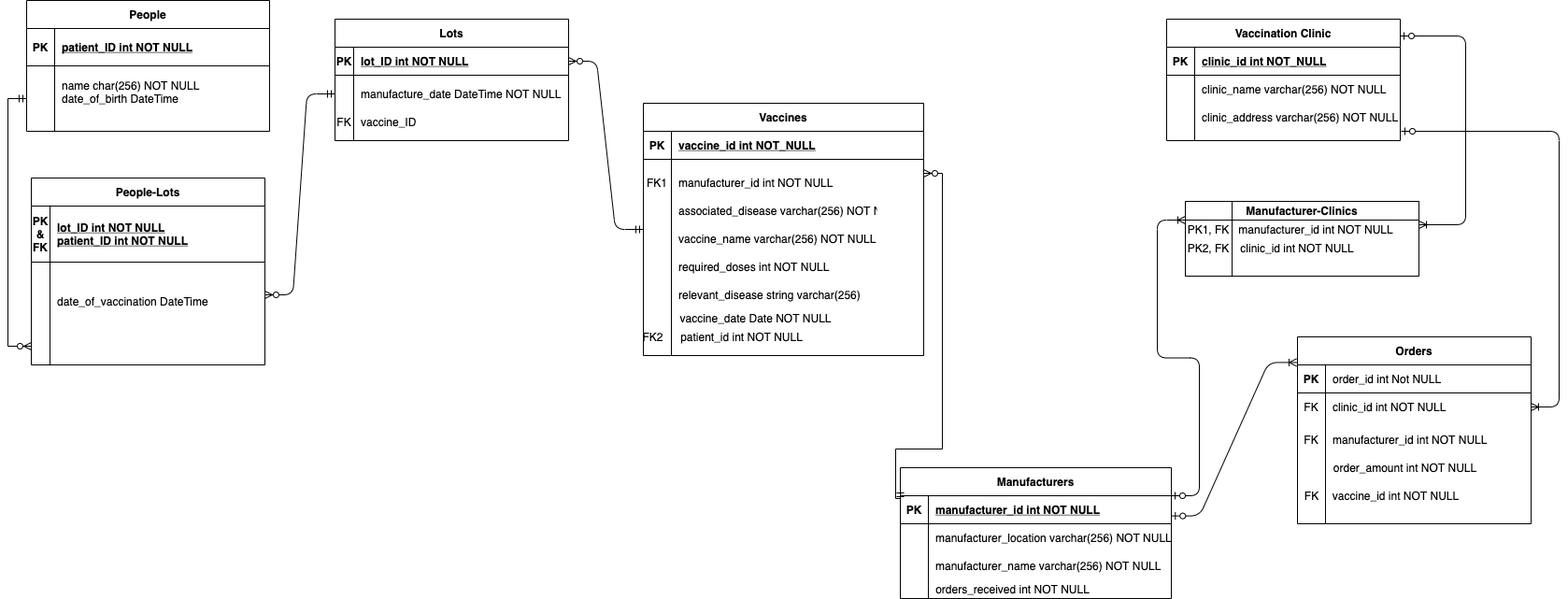
This is Documentation_And_Diagrams/Combined_ER_DIagram.png from MaxBielstein/Health-Department-SOFT161, a draw.io export, as it was before one commit. Source tidied: cells renumbered, new cells last; positions are measured from the earlier drawing's top-left corner, leaving out a move shared by most shapes.
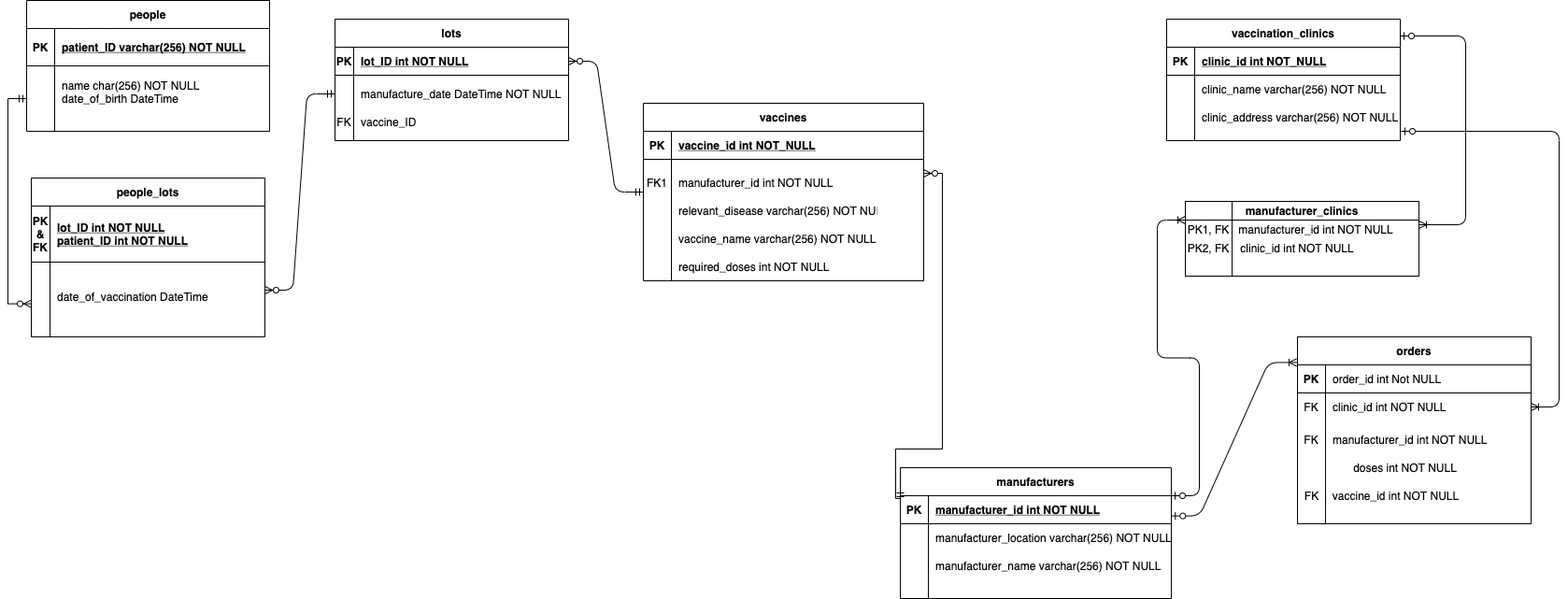
After the commit.

Commit message:
Finalize ER diagram to match the final database.

Change to the diagram source:
```diff
@@ -8,7 +8,7 @@
     <mxCell id="3" style="edgeStyle=entityRelationEdgeStyle;endArrow=ERmandOne;startArrow=ERzeroToMany;endFill=0;startFill=1;entryX=0;entryY=0.5;entryDx=0;entryDy=0;" parent="1" edge="1" source="5" target="52">
       <mxGeometry relative="1" as="geometry" />
     </mxCell>
-    <mxCell id="4" value="Lots" style="shape=table;startSize=30;rowLines=0;fontStyle=1;align=center;" parent="1" vertex="1">
+    <mxCell id="4" value="lots" style="shape=table;startSize=30;rowLines=0;fontStyle=1;align=center;" parent="1" vertex="1">
       <mxGeometry x="330" y="20" width="250" height="130" as="geometry" />
     </mxCell>
     <mxCell id="5" style="shape=partialRectangle;fillColor=none;points=[[0,0.5],[1,0.5]];portConstraint=eastwest;top=0;left=0;right=0;bottom=1;" parent="4" vertex="1">
@@ -38,7 +38,7 @@
     <mxCell id="13" value="vaccine_ID" style="shape=partialRectangle;overflow=hidden;fillColor=none;top=0;left=0;bottom=0;right=0;align=left;spacingLeft=6;" parent="11" vertex="1">
       <mxGeometry x="20" width="230" height="20" as="geometry" />
     </mxCell>
-    <mxCell id="14" value="People" style="shape=table;startSize=30;rowLines=0;fontStyle=1;align=center;" parent="1" vertex="1">
+    <mxCell id="14" value="people" style="shape=table;startSize=30;rowLines=0;fontStyle=1;align=center;" parent="1" vertex="1">
       <mxGeometry width="260" height="140" as="geometry" />
     </mxCell>
     <mxCell id="15" style="shape=partialRectangle;fillColor=none;top=0;left=0;right=0;bottom=1;" parent="14" vertex="1">
@@ -47,7 +47,7 @@
     <mxCell id="16" value="PK" style="shape=partialRectangle;overflow=hidden;fillColor=none;top=0;left=0;bottom=0;right=0;fontStyle=1;" parent="15" vertex="1">
       <mxGeometry width="30" height="40" as="geometry" />
     </mxCell>
-    <mxCell id="17" value="patient_ID int NOT NULL" style="shape=partialRectangle;overflow=hidden;fillColor=none;top=0;left=0;bottom=0;right=0;align=left;spacingLeft=6;fontStyle=5;" parent="15" vertex="1">
+    <mxCell id="17" value="patient_ID varchar(256) NOT NULL" style="shape=partialRectangle;overflow=hidden;fillColor=none;top=0;left=0;bottom=0;right=0;align=left;spacingLeft=6;fontStyle=5;" parent="15" vertex="1">
       <mxGeometry x="30" width="230" height="40" as="geometry" />
     </mxCell>
     <mxCell id="18" style="shape=partialRectangle;fillColor=none;points=[[0,0.5],[1,0.5]];portConstraint=eastwest;top=0;left=0;right=0;bottom=0;" parent="14" vertex="1">
@@ -59,8 +59,8 @@
     <mxCell id="20" value="name char(256) NOT NULL&#10;date_of_birth DateTime&#10;" style="shape=partialRectangle;overflow=hidden;fillColor=none;top=0;left=0;bottom=0;right=0;align=left;spacingLeft=6;" parent="18" vertex="1">
       <mxGeometry x="30" width="230" height="70" as="geometry" />
     </mxCell>
-    <mxCell id="21" value="People-Lots" style="shape=table;startSize=30;rowLines=0;fontStyle=1;align=center;" parent="1" vertex="1">
-      <mxGeometry x="5" y="190" width="250" height="200" as="geometry" />
+    <mxCell id="21" value="people_lots" style="shape=table;startSize=30;rowLines=0;fontStyle=1;align=center;" parent="1" vertex="1">
+      <mxGeometry x="5" y="190" width="250" height="170" as="geometry" />
     </mxCell>
     <mxCell id="22" style="shape=partialRectangle;fillColor=none;top=0;left=0;right=0;bottom=1;" parent="21" vertex="1">
       <mxGeometry y="30" width="250" height="60" as="geometry" />
@@ -72,27 +72,27 @@
       <mxGeometry x="20" width="230" height="60" as="geometry" />
     </mxCell>
     <mxCell id="25" style="shape=partialRectangle;fillColor=none;points=[[0,0.5],[1,0.5]];portConstraint=eastwest;top=0;left=0;right=0;bottom=0;" parent="21" vertex="1">
-      <mxGeometry y="90" width="250" height="70" as="geometry" />
+      <mxGeometry y="90" width="250" height="60" as="geometry" />
     </mxCell>
     <mxCell id="26" style="shape=partialRectangle;overflow=hidden;fillColor=none;top=0;left=0;bottom=0;right=0;" parent="25" vertex="1">
-      <mxGeometry width="20" height="70" as="geometry" />
+      <mxGeometry width="20" height="60" as="geometry" />
     </mxCell>
     <mxCell id="27" value="&#10;&#10;date_of_vaccination DateTime&#10;" style="shape=partialRectangle;overflow=hidden;fillColor=none;top=0;left=0;bottom=0;right=0;align=left;spacingLeft=6;" parent="25" vertex="1">
-      <mxGeometry x="20" width="230" height="70" as="geometry" />
+      <mxGeometry x="20" width="230" height="60" as="geometry" />
     </mxCell>
     <mxCell id="28" style="shape=partialRectangle;fillColor=none;points=[[0,0.5],[1,0.5]];portConstraint=eastwest;top=0;left=0;right=0;bottom=0;" parent="21" vertex="1">
-      <mxGeometry y="160" width="250" height="40" as="geometry" />
+      <mxGeometry y="150" width="250" height="20" as="geometry" />
     </mxCell>
     <mxCell id="29" style="shape=partialRectangle;overflow=hidden;fillColor=none;top=0;left=0;bottom=0;right=0;" parent="28" vertex="1">
-      <mxGeometry width="20" height="40" as="geometry" />
+      <mxGeometry width="20" height="20" as="geometry" />
     </mxCell>
     <mxCell id="30" style="shape=partialRectangle;overflow=hidden;fillColor=none;top=0;left=0;bottom=0;right=0;align=left;spacingLeft=6;" parent="28" vertex="1">
-      <mxGeometry x="20" width="230" height="40" as="geometry" />
+      <mxGeometry x="20" width="230" height="20" as="geometry" />
     </mxCell>
-    <mxCell id="31" style="edgeStyle=orthogonalEdgeStyle;rounded=0;jettySize=auto;html=1;exitX=0;exitY=0.5;exitDx=0;exitDy=0;entryX=0;entryY=0.5;entryDx=0;entryDy=0;startArrow=ERmandOne;startFill=0;endArrow=ERzeroToMany;endFill=1;" parent="1" edge="1" source="18" target="28">
+    <mxCell id="31" style="edgeStyle=orthogonalEdgeStyle;rounded=0;jettySize=auto;html=1;exitX=0;exitY=0.5;exitDx=0;exitDy=0;entryX=0;entryY=0.743;entryDx=0;entryDy=0;startArrow=ERmandOne;startFill=0;endArrow=ERzeroToMany;endFill=1;entryPerimeter=0;" parent="1" edge="1" source="18" target="25">
       <mxGeometry relative="1" as="geometry" />
     </mxCell>
-    <mxCell id="32" value="Vaccination Clinic" style="shape=table;startSize=30;rowLines=0;fontStyle=1;align=center;" parent="1" vertex="1">
+    <mxCell id="32" value="vaccination_clinics" style="shape=table;startSize=30;rowLines=0;fontStyle=1;align=center;" parent="1" vertex="1">
       <mxGeometry x="1220" y="20" width="250" height="130" as="geometry" />
     </mxCell>
     <mxCell id="33" style="shape=partialRectangle;fillColor=none;top=0;left=0;right=0;bottom=1;" parent="32" vertex="1">
@@ -122,7 +122,7 @@
     <mxCell id="41" style="shape=partialRectangle;overflow=hidden;fillColor=none;top=0;left=0;bottom=0;right=0;align=left;spacingLeft=6;" parent="39" vertex="1">
       <mxGeometry x="30" width="220" height="30" as="geometry" />
     </mxCell>
-    <mxCell id="42" value="Manufacturers" style="shape=table;startSize=30;rowLines=0;fontStyle=1;align=center;" parent="1" vertex="1">
+    <mxCell id="42" value="manufacturers" style="shape=table;startSize=30;rowLines=0;fontStyle=1;align=center;" parent="1" vertex="1">
       <mxGeometry x="935" y="500" width="290" height="140" as="geometry" />
     </mxCell>
     <mxCell id="43" style="shape=partialRectangle;fillColor=none;points=[[0,0.5],[1,0.5]];portConstraint=eastwest;top=0;left=0;right=0;bottom=1;" parent="42" vertex="1">
@@ -152,8 +152,8 @@
     <mxCell id="51" value="manufacturer_name varchar(256) NOT NULL" style="shape=partialRectangle;overflow=hidden;fillColor=none;top=0;left=0;bottom=0;right=0;align=left;spacingLeft=6;" parent="49" vertex="1">
       <mxGeometry x="30" width="260" height="30" as="geometry" />
     </mxCell>
-    <mxCell id="52" value="Vaccines" style="shape=table;startSize=30;rowLines=0;fontStyle=1;align=center;" parent="1" vertex="1">
-      <mxGeometry x="660" y="110" width="300" height="270" as="geometry" />
+    <mxCell id="52" value="vaccines" style="shape=table;startSize=30;rowLines=0;fontStyle=1;align=center;" parent="1" vertex="1">
+      <mxGeometry x="660" y="110" width="300" height="190" as="geometry" />
     </mxCell>
     <mxCell id="53" style="shape=partialRectangle;fillColor=none;top=0;left=0;right=0;bottom=1;" parent="52" vertex="1">
       <mxGeometry y="30" width="300" height="30" as="geometry" />
@@ -205,16 +205,16 @@
     <mxCell id="66" value="manufacturer_id int NOT NULL" style="shape=partialRectangle;overflow=hidden;fillColor=none;top=0;left=0;bottom=0;right=0;align=left;spacingLeft=6;" parent="64" vertex="1">
       <mxGeometry x="30" width="220" height="30" as="geometry" />
     </mxCell>
-    <mxCell id="67" value="associated_disease varchar(256) NOT NULL" style="shape=partialRectangle;overflow=hidden;fillColor=none;top=0;left=0;bottom=0;right=0;align=left;spacingLeft=6;" parent="1" vertex="1">
+    <mxCell id="67" value="relevant_disease varchar(256) NOT NULL" style="shape=partialRectangle;overflow=hidden;fillColor=none;top=0;left=0;bottom=0;right=0;align=left;spacingLeft=6;" parent="1" vertex="1">
       <mxGeometry x="690" y="210" width="220" height="30" as="geometry" />
     </mxCell>
-    <mxCell id="68" value="relevant_disease string varchar(256)" style="shape=partialRectangle;overflow=hidden;fillColor=none;top=0;left=0;bottom=0;right=0;align=left;spacingLeft=6;" parent="1" vertex="1">
+    <mxCell id="68" style="shape=partialRectangle;overflow=hidden;fillColor=none;top=0;left=0;bottom=0;right=0;align=left;spacingLeft=6;" parent="1" vertex="1">
       <mxGeometry x="690" y="300" width="220" height="30" as="geometry" />
     </mxCell>
     <mxCell id="69" style="shape=internalStorage;whiteSpace=wrap;html=1;backgroundOutline=1;dx=50;dy=20;" parent="1" vertex="1">
       <mxGeometry x="1240" y="215" width="250" height="80" as="geometry" />
     </mxCell>
-    <mxCell id="70" value="&lt;b&gt;Manufacturer-Clinics&lt;/b&gt;" style="text;html=1;strokeColor=none;fillColor=none;align=center;verticalAlign=middle;whiteSpace=wrap;rounded=0;" parent="1" vertex="1">
+    <mxCell id="70" value="&lt;b&gt;manufacturer_clinics&lt;/b&gt;" style="text;html=1;strokeColor=none;fillColor=none;align=center;verticalAlign=middle;whiteSpace=wrap;rounded=0;" parent="1" vertex="1">
       <mxGeometry x="1300" y="215" width="130" height="20" as="geometry" />
     </mxCell>
     <mxCell id="71" value="manufacturer_id int NOT NULL" style="text;html=1;strokeColor=none;fillColor=none;align=center;verticalAlign=middle;whiteSpace=wrap;rounded=0;" parent="1" vertex="1">
@@ -243,16 +243,7 @@
     <mxCell id="76" style="edgeStyle=entityRelationEdgeStyle;fontSize=12;html=1;endArrow=ERoneToMany;startArrow=ERzeroToOne;exitX=1;exitY=0;exitDx=0;exitDy=0;entryX=0;entryY=0;entryDx=0;entryDy=0;exitPerimeter=0;" parent="1" edge="1" source="43" target="73">
       <mxGeometry relative="1" as="geometry" />
     </mxCell>
-    <mxCell id="77" value="vaccine_date Date NOT NULL" style="text;html=1;align=center;verticalAlign=middle;" parent="1" vertex="1">
-      <mxGeometry x="690" y="330" width="180" height="20" as="geometry" />
-    </mxCell>
-    <mxCell id="78" value="patient_id int NOT NULL" style="text;html=1;align=center;verticalAlign=middle;" parent="1" vertex="1">
-      <mxGeometry x="690" y="350" width="150" height="20" as="geometry" />
-    </mxCell>
-    <mxCell id="79" value="FK2" style="text;html=1;align=center;verticalAlign=middle;" parent="1" vertex="1">
-      <mxGeometry x="650" y="350" width="40" height="20" as="geometry" />
-    </mxCell>
-    <mxCell id="80" value="Orders" style="shape=table;startSize=30;rowLines=0;fontStyle=1;align=center;" parent="1" vertex="1">
+    <mxCell id="80" value="orders" style="shape=table;startSize=30;rowLines=0;fontStyle=1;align=center;" parent="1" vertex="1">
       <mxGeometry x="1360" y="360" width="250" height="200" as="geometry" />
     </mxCell>
     <mxCell id="81" style="shape=partialRectangle;fillColor=none;top=0;left=0;right=0;bottom=1;" parent="80" vertex="1">
@@ -282,9 +273,6 @@
     <mxCell id="89" value="manufacturer_id int NOT NULL" style="shape=partialRectangle;overflow=hidden;fillColor=none;top=0;left=0;bottom=0;right=0;align=left;spacingLeft=6;" parent="87" vertex="1">
       <mxGeometry x="30" width="220" height="40" as="geometry" />
     </mxCell>
-    <mxCell id="90" value="orders_received int NOT NULL" style="text;html=1;align=center;verticalAlign=middle;" parent="1" vertex="1">
-      <mxGeometry x="965" y="620" width="180" height="20" as="geometry" />
-    </mxCell>
     <mxCell id="91" style="edgeStyle=entityRelationEdgeStyle;fontSize=12;html=1;endArrow=ERoneToMany;startArrow=ERzeroToOne;entryX=-0.004;entryY=0.137;entryDx=0;entryDy=0;entryPerimeter=0;exitX=1.001;exitY=0.72;exitDx=0;exitDy=0;exitPerimeter=0;" parent="1" edge="1" source="43" target="80">
       <mxGeometry relative="1" as="geometry" />
     </mxCell>
@@ -297,8 +285,8 @@
         </Array>
       </mxGeometry>
     </mxCell>
-    <mxCell id="93" value="order_amount int NOT NULL" style="text;html=1;align=center;verticalAlign=middle;" parent="1" vertex="1">
-      <mxGeometry x="1390" y="490" width="170" height="20" as="geometry" />
+    <mxCell id="93" value="doses int NOT NULL" style="text;html=1;align=center;verticalAlign=middle;" parent="1" vertex="1">
+      <mxGeometry x="1410" y="490" width="130" height="20" as="geometry" />
     </mxCell>
     <mxCell id="94" value="vaccine_id int NOT NULL" style="text;html=1;align=center;verticalAlign=middle;" parent="1" vertex="1">
       <mxGeometry x="1390" y="520" width="150" height="20" as="geometry" />
```
